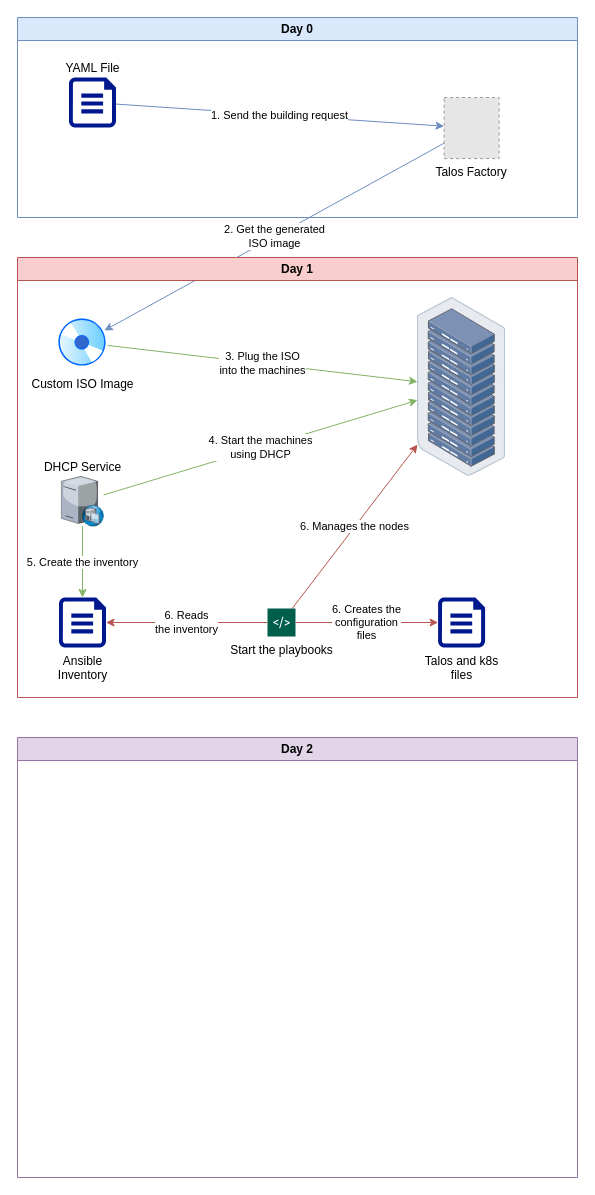
Above: day-0/workflow.drawio in mgrzybek/talos-ansible-playbooks (draw.io), before the change. Source tidied: cells renumbered, new cells numbered last; positions are measured from the earlier drawing's top-left corner, leaving out a move shared by most shapes. Both pictures are drawn from the tidied source at 100%, with x=0, y=0 at pixel (17, 17). Pictures stored in the file or linked from it are replaced by grey dashed boxes.
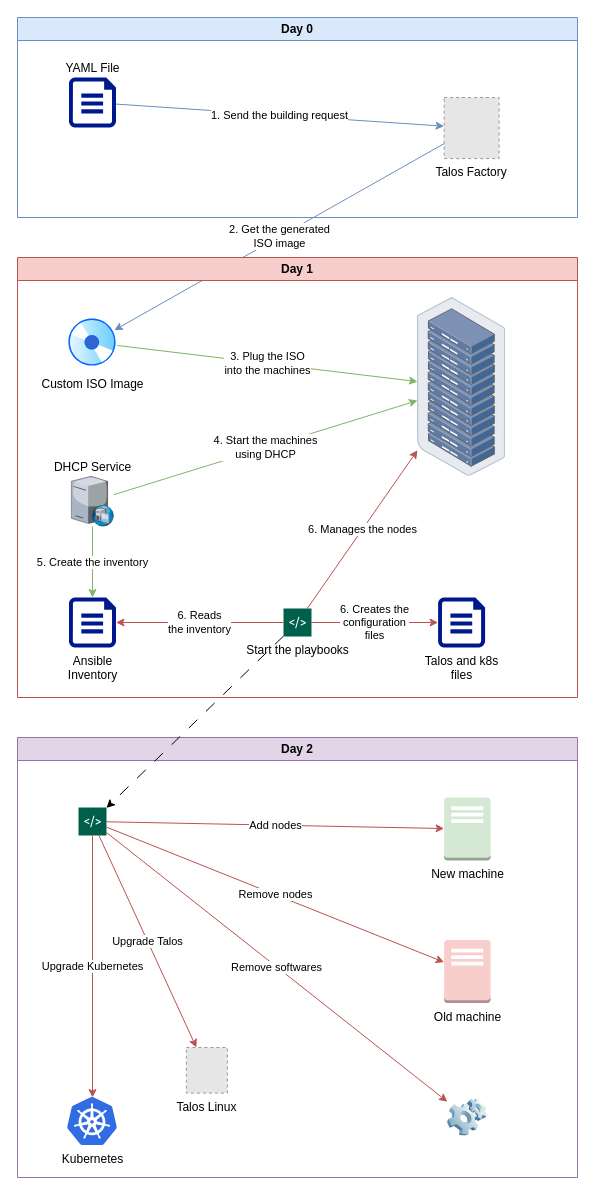
After the change.

Commit message (it also covers changes not shown here):
adding day-2 to the workflow

The change refers to these unchanged cells:
```xml
<mxCell id="7" value="Day 1" style="swimlane;whiteSpace=wrap;html=1;fillColor=#f8cecc;strokeColor=#b85450;" parent="1" vertex="1">
  <mxGeometry y="240" width="560" height="440" as="geometry" />
</mxCell>
<mxCell id="20" value="Day 2" style="swimlane;whiteSpace=wrap;html=1;fillColor=#e1d5e7;strokeColor=#9673a6;" parent="1" vertex="1">
  <mxGeometry y="720" width="560" height="440" as="geometry" />
</mxCell>
```

The edit, as a diff of the source:
```diff
@@
     <mxCell id="8" value="Custom ISO Image" style="perimeter=ellipsePerimeter;html=1;align=center;shadow=0;dashed=0;spacingTop=3;image;image=img/lib/active_directory/cd_dvd.svg;" parent="7" vertex="1">
-      <mxGeometry x="40" y="60" width="50" height="50" as="geometry" />
+      <mxGeometry x="50" y="60" width="50" height="50" as="geometry" />
     </mxCell>
     <mxCell id="9" value="DHCP Service" style="verticalLabelPosition=top;sketch=0;html=1;verticalAlign=bottom;strokeColor=none;align=center;outlineConnect=0;shape=mxgraph.citrix.dhcp_server;labelPosition=center;" parent="7" vertex="1">
-      <mxGeometry x="43.9" y="218.8" width="42.2" height="50" as="geometry" />
+      <mxGeometry x="53.9" y="218.8" width="42.2" height="50" as="geometry" />
     </mxCell>
     <mxCell id="10" value="Ansible&lt;br&gt;Inventory" style="sketch=0;shadow=0;dashed=0;html=1;strokeColor=none;labelPosition=center;verticalLabelPosition=bottom;verticalAlign=top;align=center;fillColor=#00188D;shape=mxgraph.azure.file;" parent="7" vertex="1">
-      <mxGeometry x="41.5" y="340" width="47" height="50" as="geometry" />
+      <mxGeometry x="51.5" y="340" width="47" height="50" as="geometry" />
     </mxCell>
@@
     <mxCell id="12" value="Start the playbooks" style="sketch=0;shadow=0;dashed=0;html=1;strokeColor=none;fillColor=#005F4B;labelPosition=center;verticalLabelPosition=bottom;verticalAlign=top;align=center;outlineConnect=0;shape=mxgraph.veeam2.command_line;" parent="7" vertex="1">
-      <mxGeometry x="250" y="351" width="28" height="28" as="geometry" />
+      <mxGeometry x="266" y="351" width="28" height="28" as="geometry" />
     </mxCell>
@@
+    <mxCell id="21" style="sketch=0;shadow=0;dashed=0;html=1;strokeColor=none;fillColor=#005F4B;labelPosition=center;verticalLabelPosition=bottom;verticalAlign=top;align=center;outlineConnect=0;shape=mxgraph.veeam2.command_line;" parent="20" vertex="1">
+      <mxGeometry x="61" y="70" width="28" height="28" as="geometry" />
+    </mxCell>
+    <mxCell id="22" value="New machine" style="outlineConnect=0;dashed=0;verticalLabelPosition=bottom;verticalAlign=top;align=center;html=1;shape=mxgraph.aws3.traditional_server;fillColor=#d5e8d4;fillStyle=auto;strokeColor=#82b366;" parent="20" vertex="1">
+      <mxGeometry x="426.6" y="60" width="46.5" height="63" as="geometry" />
+    </mxCell>
+    <mxCell id="23" value="Add nodes" style="endArrow=classic;html=1;fillColor=#f8cecc;strokeColor=#b85450;fontColor=#000000;" parent="20" edge="1" source="21" target="22">
+      <mxGeometry relative="1" as="geometry" />
+    </mxCell>
+    <mxCell id="24" value="Old machine" style="outlineConnect=0;dashed=0;verticalLabelPosition=bottom;verticalAlign=top;align=center;html=1;shape=mxgraph.aws3.traditional_server;fillColor=#f8cecc;fillStyle=auto;strokeColor=#b85450;" parent="20" vertex="1">
+      <mxGeometry x="426.6" y="202.5" width="46.5" height="63" as="geometry" />
+    </mxCell>
+    <mxCell id="25" value="Remove nodes" style="endArrow=classic;html=1;fillColor=#f8cecc;strokeColor=#b85450;fontColor=#000000;" parent="20" edge="1" source="21" target="24">
+      <mxGeometry relative="1" as="geometry" />
+    </mxCell>
+    <mxCell id="26" value="Kubernetes" style="sketch=0;html=1;points=[];align=center;image;fontSize=12;image=img/lib/mscae/Kubernetes.svg;fillStyle=auto;" parent="20" vertex="1">
+      <mxGeometry x="50" y="360" width="50" height="48" as="geometry" />
+    </mxCell>
+    <mxCell id="27" value="Upgrade Kubernetes" style="endArrow=classic;html=1;fillColor=#f8cecc;strokeColor=#b85450;fontColor=#000000;" parent="20" edge="1" source="21" target="26">
+      <mxGeometry relative="1" as="geometry" />
+    </mxCell>
+    <mxCell id="28" value="Talos Linux" style="fillColor=#E6E6E6;strokeColor=#999999;dashed=1;verticalLabelPosition=bottom;verticalAlign=top;" parent="20" vertex="1">
+      <mxGeometry x="168.9" y="310" width="41" height="45.6" as="geometry" />
+    </mxCell>
+    <mxCell id="29" value="Upgrade Talos" style="endArrow=classic;html=1;fillColor=#f8cecc;strokeColor=#b85450;fontColor=#000000;" parent="20" edge="1" source="21" target="28">
+      <mxGeometry relative="1" as="geometry" />
+    </mxCell>
+    <mxCell id="30" style="image;html=1;image=img/lib/clip_art/computers/Software_128x128.png;fillStyle=auto;" parent="20" vertex="1">
+      <mxGeometry x="429.9" y="360" width="40" height="40" as="geometry" />
+    </mxCell>
+    <mxCell id="31" value="Remove softwares" style="endArrow=classic;html=1;fillColor=#f8cecc;strokeColor=#b85450;fontColor=#000000;" parent="20" edge="1" source="21" target="30">
+      <mxGeometry relative="1" as="geometry" />
+    </mxCell>
+    <mxCell id="32" style="endArrow=classic;html=1;dashed=1;dashPattern=12 12;" parent="1" edge="1" source="12" target="21">
+      <mxGeometry relative="1" as="geometry" />
+    </mxCell>
```
